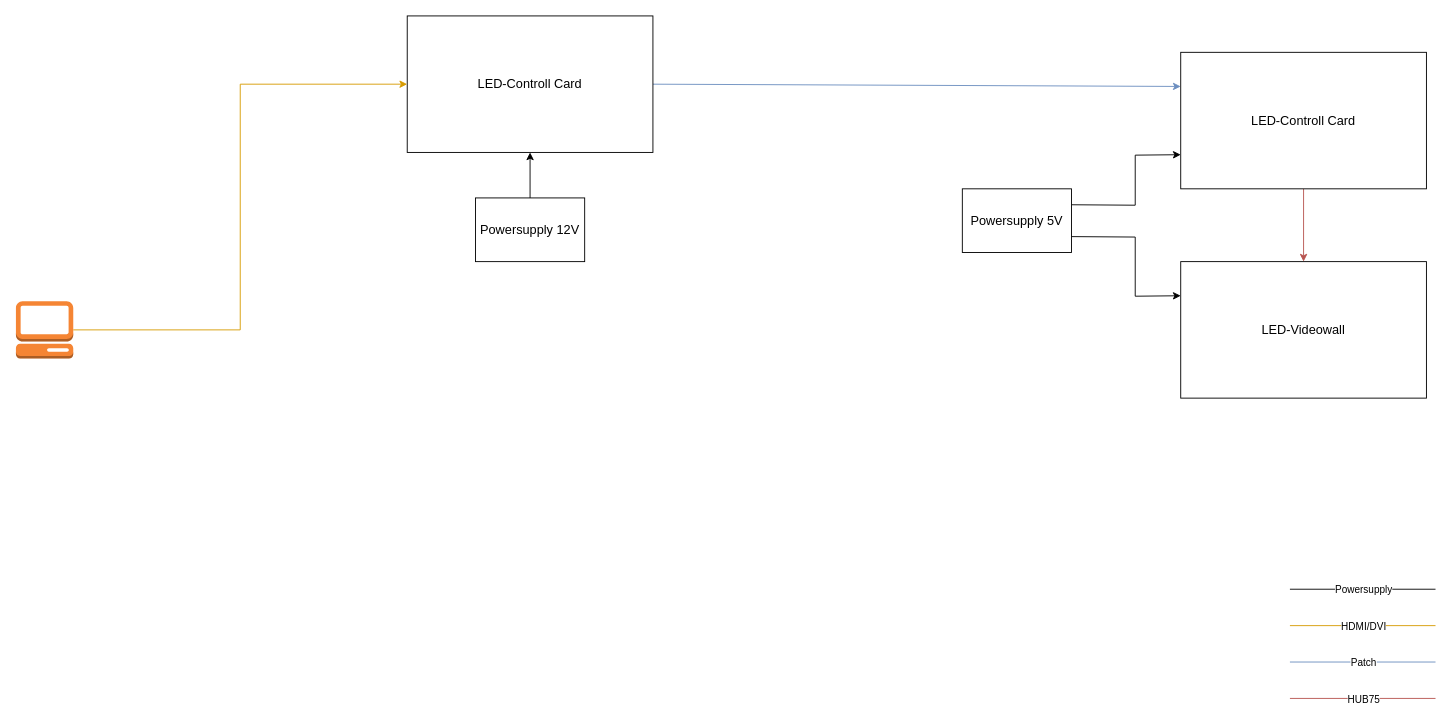
Above: LED_wall/Blockschema_LED_Wand.drawio in paranithan17/Anzeigetafel (draw.io), before the change. Source tidied: cells renumbered, new cells numbered last; positions are measured from the earlier drawing's top-left corner, leaving out a move shared by most shapes. Both pictures are drawn from the tidied source at 91%, with x=0, y=0 at pixel (15, 15).
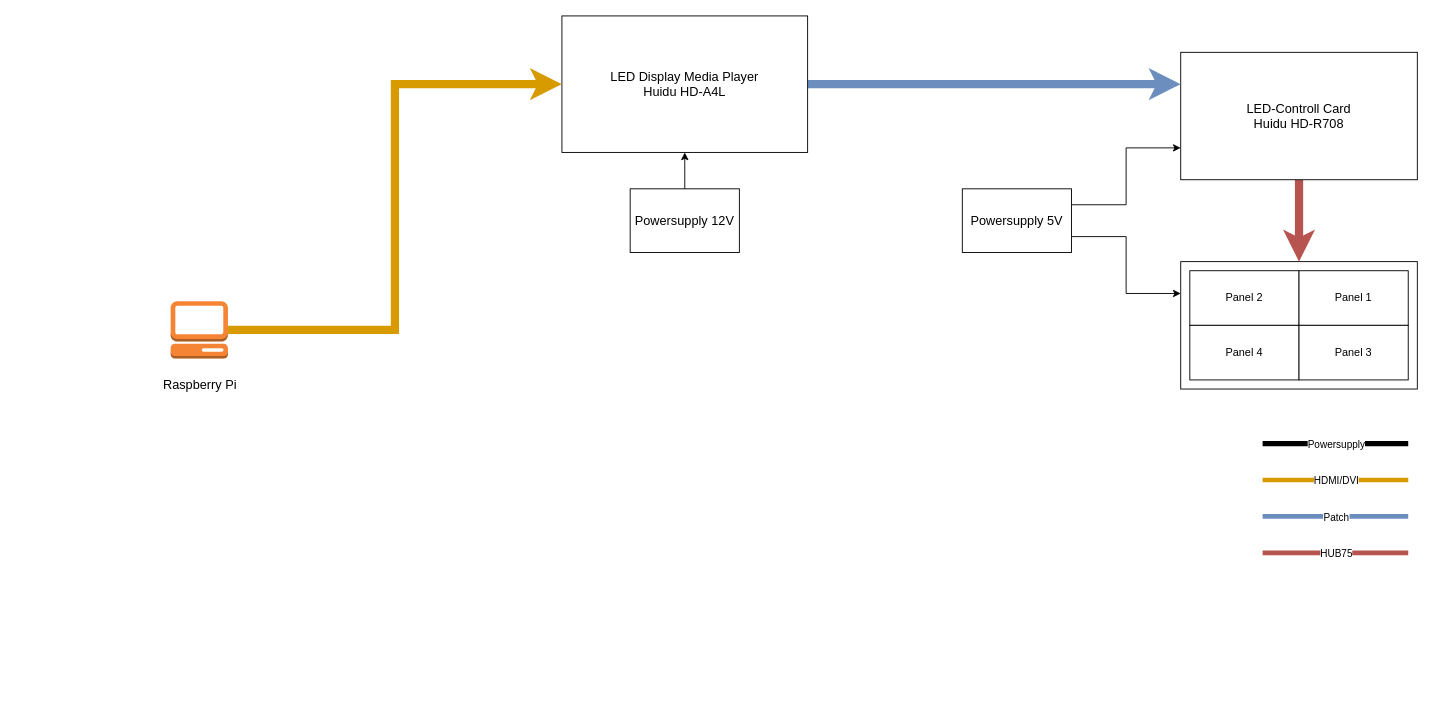
After the change.

Commit message (it also covers changes not shown here):
Update LED wall block diagram layout and add Raspberry Pi and panel labels

Unchanged cells that the change refers to:
```xml
<mxCell id="16" value="&lt;span style=&quot;font-size: 14px;&quot;&gt;Powersupply 5V&lt;/span&gt;" style="rounded=0;whiteSpace=wrap;html=1;points=[[0,0,0,0,0],[0,0.25,0,0,0],[0,0.5,0,0,0],[0,0.75,0,0,0],[0,1,0,0,0],[0.25,0,0,0,0],[0.25,1,0,0,0],[0.5,0,0,0,0],[0.5,1,0,0,0],[0.75,0,0,0,0],[0.75,1,0,0,0],[1,0,0,0,0],[1,0.25,0,0,0],[1,0.5,0,0,0],[1,0.75,0,0,0],[1,1,0,0,0]];" parent="1" vertex="1">
  <mxGeometry x="1040" y="190" width="120" height="70" as="geometry" />
</mxCell>
```

Diff of the diagram source:
```diff
@@
-    <mxCell id="2" value="&lt;font style=&quot;font-size: 14px;&quot;&gt;LED-Videowall&lt;/font&gt;" style="rounded=0;whiteSpace=wrap;html=1;labelPadding=5;comic=0;fixDash=0;noLabel=0;portConstraint=east;glass=0;" parent="1" vertex="1">
-      <mxGeometry x="1280" y="270" width="270" height="150" as="geometry" />
+    <mxCell id="2" style="rounded=0;whiteSpace=wrap;html=1;labelPadding=5;comic=0;fixDash=0;noLabel=0;portConstraint=east;glass=0;" parent="1" vertex="1">
+      <mxGeometry x="1280" y="270" width="260" height="140" as="geometry" />
     </mxCell>
-    <mxCell id="3" style="edgeStyle=none;rounded=0;jettySize=auto;html=1;entryX=0.5;entryY=0;entryDx=0;entryDy=0;fillColor=#f8cecc;strokeColor=#b85450;" parent="1" edge="1" source="4" target="2">
+    <mxCell id="3" style="edgeStyle=none;rounded=0;jettySize=auto;html=1;entryX=0.5;entryY=0;entryDx=0;entryDy=0;fillColor=#f8cecc;strokeColor=#b85450;strokeWidth=9.0551;" parent="1" edge="1" source="4" target="2">
       <mxGeometry relative="1" as="geometry" />
     </mxCell>
-    <mxCell id="4" value="&lt;span style=&quot;font-size: 14px;&quot;&gt;LED-Controll Card&lt;/span&gt;" style="rounded=0;whiteSpace=wrap;html=1;points=[[0,0,0,0,0],[0,0.25,0,0,0],[0,0.5,0,0,0],[0,0.75,0,0,0],[0,1,0,0,0],[0.25,0,0,0,0],[0.25,1,0,0,0],[0.5,0,0,0,0],[0.5,1,0,0,0],[0.75,0,0,0,0],[0.75,1,0,0,0],[1,0,0,0,0],[1,0.25,0,0,0],[1,0.5,0,0,0],[1,0.75,0,0,0],[1,1,0,0,0]];" parent="1" vertex="1">
-      <mxGeometry x="1280" y="40" width="270" height="150" as="geometry" />
+    <mxCell id="4" value="&lt;span style=&quot;font-size: 14px;&quot;&gt;LED-Controll Card&lt;/span&gt;&lt;div&gt;&lt;span style=&quot;font-size: 14px;&quot;&gt;Huidu HD-R708&lt;/span&gt;&lt;/div&gt;" style="rounded=0;whiteSpace=wrap;html=1;points=[[0,0,0,0,0],[0,0.25,0,0,0],[0,0.5,0,0,0],[0,0.75,0,0,0],[0,1,0,0,0],[0.25,0,0,0,0],[0.25,1,0,0,0],[0.5,0,0,0,0],[0.5,1,0,0,0],[0.75,0,0,0,0],[0.75,1,0,0,0],[1,0,0,0,0],[1,0.25,0,0,0],[1,0.5,0,0,0],[1,0.75,0,0,0],[1,1,0,0,0]];" parent="1" vertex="1">
+      <mxGeometry x="1280" y="40" width="260" height="140" as="geometry" />
     </mxCell>
-    <mxCell id="5" style="edgeStyle=none;rounded=0;jettySize=auto;html=1;exitX=1;exitY=0.5;exitDx=0;exitDy=0;entryX=0;entryY=0.25;entryDx=0;entryDy=0;fillColor=#dae8fc;strokeColor=#6c8ebf;entryPerimeter=0;" parent="1" edge="1" source="6" target="4">
+    <mxCell id="5" style="rounded=0;jettySize=auto;html=1;exitX=1;exitY=0.5;exitDx=0;exitDy=0;entryX=0;entryY=0.25;entryDx=0;entryDy=0;fillColor=#dae8fc;strokeColor=#6c8ebf;entryPerimeter=0;strokeWidth=9.0551;" parent="1" edge="1" source="6" target="4">
       <mxGeometry relative="1" as="geometry" />
     </mxCell>
-    <mxCell id="6" value="&lt;span style=&quot;font-size: 14px;&quot;&gt;LED-Controll Card&lt;/span&gt;" style="rounded=0;whiteSpace=wrap;html=1;" parent="1" vertex="1">
-      <mxGeometry x="430" width="270" height="150" as="geometry" />
+    <mxCell id="6" value="&lt;span style=&quot;font-size: 14px;&quot;&gt;LED Display Media Player&lt;/span&gt;&lt;div&gt;&lt;span style=&quot;font-size: 14px;&quot;&gt;Huidu HD-A4L&lt;/span&gt;&lt;/div&gt;" style="rounded=0;whiteSpace=wrap;html=1;" parent="1" vertex="1">
+      <mxGeometry x="600" width="270" height="150" as="geometry" />
     </mxCell>
-    <mxCell id="7" style="edgeStyle=orthogonalEdgeStyle;rounded=0;jettySize=auto;html=1;entryX=0;entryY=0.5;entryDx=0;entryDy=0;fillColor=#ffe6cc;strokeColor=#d79b00;" parent="1" edge="1" source="8" target="6">
+    <mxCell id="7" style="edgeStyle=orthogonalEdgeStyle;rounded=0;jettySize=auto;html=1;entryX=0;entryY=0.5;entryDx=0;entryDy=0;fillColor=#ffe6cc;strokeColor=#d79b00;strokeWidth=9.0551;" parent="1" edge="1" source="8" target="6">
       <mxGeometry relative="1" as="geometry" />
     </mxCell>
     <mxCell id="8" style="outlineConnect=0;dashed=0;verticalLabelPosition=bottom;verticalAlign=top;align=center;html=1;shape=mxgraph.aws3.management_console;fillColor=#F58534;gradientColor=none;" parent="1" vertex="1">
-      <mxGeometry y="313.5" width="63" height="63" as="geometry" />
+      <mxGeometry x="170" y="313.5" width="63" height="63" as="geometry" />
     </mxCell>
-    <mxCell id="9" style="endArrow=none;html=1;rounded=0;fillColor=#ffe6cc;strokeColor=#d79b00;" parent="1" edge="1">
+    <mxCell id="9" style="endArrow=none;html=1;rounded=0;fillColor=#ffe6cc;strokeColor=#d79b00;strokeWidth=5.1181;" parent="1" edge="1">
       <mxGeometry relative="1" as="geometry">
-        <mxPoint x="1400" y="670" as="sourcePoint" />
-        <mxPoint x="1560" y="670" as="targetPoint" />
+        <mxPoint x="1370" y="510" as="sourcePoint" />
+        <mxPoint x="1530" y="510" as="targetPoint" />
       </mxGeometry>
     </mxCell>
@@
-    <mxCell id="11" style="endArrow=none;html=1;rounded=0;fillColor=#dae8fc;strokeColor=#6c8ebf;" parent="1" edge="1">
+    <mxCell id="11" style="endArrow=none;html=1;rounded=0;fillColor=#dae8fc;strokeColor=#6c8ebf;strokeWidth=5.1181;" parent="1" edge="1">
       <mxGeometry relative="1" as="geometry">
-        <mxPoint x="1400" y="710" as="sourcePoint" />
-        <mxPoint x="1560" y="710" as="targetPoint" />
+        <mxPoint x="1370" y="550" as="sourcePoint" />
+        <mxPoint x="1530" y="550" as="targetPoint" />
       </mxGeometry>
     </mxCell>
@@
-    <mxCell id="13" style="endArrow=none;html=1;rounded=0;fillColor=#f8cecc;strokeColor=#b85450;" parent="1" edge="1">
+    <mxCell id="13" style="endArrow=none;html=1;rounded=0;fillColor=#f8cecc;strokeColor=#b85450;strokeWidth=5.1181;" parent="1" edge="1">
       <mxGeometry relative="1" as="geometry">
-        <mxPoint x="1400" y="750" as="sourcePoint" />
-        <mxPoint x="1560" y="750" as="targetPoint" />
+        <mxPoint x="1370" y="590" as="sourcePoint" />
+        <mxPoint x="1530" y="590" as="targetPoint" />
       </mxGeometry>
     </mxCell>
@@
-    <mxCell id="15" style="edgeStyle=none;rounded=0;jettySize=auto;html=1;entryX=0;entryY=0.75;entryDx=0;entryDy=0;entryPerimeter=0;exitX=1;exitY=0.25;exitDx=0;exitDy=0;exitPerimeter=0;" parent="1" edge="1" source="16" target="4">
-      <mxGeometry relative="1" as="geometry">
-        <Array as="points">
-          <mxPoint x="1230" y="208" />
-          <mxPoint x="1230" y="153" />
-        </Array>
-      </mxGeometry>
+    <mxCell id="15" style="edgeStyle=orthogonalEdgeStyle;rounded=0;jettySize=auto;html=1;entryX=0;entryY=0.75;entryDx=0;entryDy=0;entryPerimeter=0;exitX=1;exitY=0.25;exitDx=0;exitDy=0;exitPerimeter=0;" parent="1" edge="1" source="16" target="4">
+      <mxGeometry relative="1" as="geometry" />
     </mxCell>
@@
-    <mxCell id="17" style="edgeStyle=none;rounded=0;jettySize=auto;html=1;exitX=0;exitY=0.25;exitDx=0;exitDy=0;entryX=1;entryY=0.75;entryDx=0;entryDy=0;entryPerimeter=0;endArrow=none;startFill=1;startArrow=classic;" parent="1" edge="1" source="2" target="16">
-      <mxGeometry relative="1" as="geometry">
-        <Array as="points">
-          <mxPoint x="1230" y="308" />
-          <mxPoint x="1230" y="243" />
-        </Array>
-      </mxGeometry>
+    <mxCell id="17" style="edgeStyle=orthogonalEdgeStyle;rounded=0;jettySize=auto;html=1;exitX=0;exitY=0.25;exitDx=0;exitDy=0;entryX=1;entryY=0.75;entryDx=0;entryDy=0;entryPerimeter=0;endArrow=none;startFill=1;startArrow=classic;" parent="1" edge="1" source="2" target="16">
+      <mxGeometry relative="1" as="geometry" />
     </mxCell>
     <mxCell id="18" value="&lt;span style=&quot;font-size: 14px;&quot;&gt;Powersupply 12V&lt;/span&gt;" style="rounded=0;whiteSpace=wrap;html=1;points=[[0,0,0,0,0],[0,0.25,0,0,0],[0,0.5,0,0,0],[0,0.75,0,0,0],[0,1,0,0,0],[0.25,0,0,0,0],[0.25,1,0,0,0],[0.5,0,0,0,0],[0.5,1,0,0,0],[0.75,0,0,0,0],[0.75,1,0,0,0],[1,0,0,0,0],[1,0.25,0,0,0],[1,0.5,0,0,0],[1,0.75,0,0,0],[1,1,0,0,0]];" parent="1" vertex="1">
-      <mxGeometry x="505" y="200" width="120" height="70" as="geometry" />
+      <mxGeometry x="675" y="190" width="120" height="70" as="geometry" />
     </mxCell>
@@
-    <mxCell id="20" style="endArrow=none;html=1;rounded=0;fillColor=#ffe6cc;strokeColor=#000000;" parent="1" edge="1">
+    <mxCell id="20" style="endArrow=none;html=1;rounded=0;fillColor=#ffe6cc;strokeColor=#000000;strokeWidth=5.9055;" parent="1" edge="1">
       <mxGeometry relative="1" as="geometry">
-        <mxPoint x="1400" y="630" as="sourcePoint" />
-        <mxPoint x="1560" y="630" as="targetPoint" />
+        <mxPoint x="1370" y="470" as="sourcePoint" />
+        <mxPoint x="1530" y="470" as="targetPoint" />
       </mxGeometry>
     </mxCell>
@@
+    <mxCell id="22" value="Panel 2" style="rounded=0;whiteSpace=wrap;html=1;" parent="1" vertex="1">
+      <mxGeometry x="1290" y="280" width="120" height="60" as="geometry" />
+    </mxCell>
+    <mxCell id="23" value="Panel 1" style="rounded=0;whiteSpace=wrap;html=1;" parent="1" vertex="1">
+      <mxGeometry x="1410" y="280" width="120" height="60" as="geometry" />
+    </mxCell>
+    <mxCell id="24" value="Panel 4" style="rounded=0;whiteSpace=wrap;html=1;" parent="1" vertex="1">
+      <mxGeometry x="1290" y="340" width="120" height="60" as="geometry" />
+    </mxCell>
+    <mxCell id="25" value="Panel 3" style="rounded=0;whiteSpace=wrap;html=1;" parent="1" vertex="1">
+      <mxGeometry x="1410" y="340" width="120" height="60" as="geometry" />
+    </mxCell>
+    <mxCell id="26" value="&lt;font style=&quot;font-size: 14px;&quot;&gt;Raspberry Pi&lt;/font&gt;" style="text;html=1;align=center;verticalAlign=middle;strokeColor=none;fillColor=none;" parent="1" vertex="1">
+      <mxGeometry x="151.5" y="390" width="100" height="30" as="geometry" />
+    </mxCell>
```
